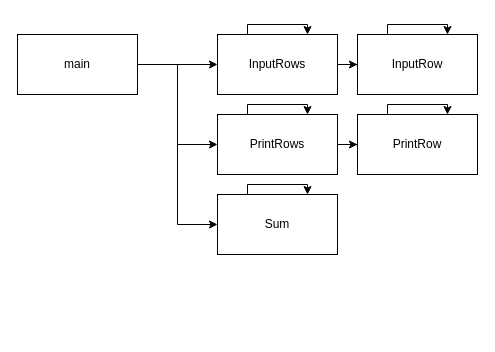
Before: Untitled Diagram.drawio in ZhurakovskyiArtem/lab_7.3i, a draw.io diagram. Source tidied: cells renumbered, new cells numbered last; positions are measured from the earlier drawing's top-left corner, leaving out a move shared by most shapes. Both pictures are drawn from the tidied source at 100%, with x=0, y=0 at pixel (17, 24).
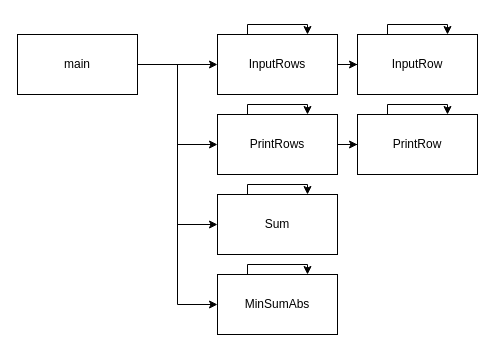
The same page after the edit.

The change refers to these unchanged cells:
```xml
<mxCell id="10" value="main" style="rounded=0;whiteSpace=wrap;html=1;" parent="1" vertex="1">
  <mxGeometry y="10" width="120" height="60" as="geometry" />
</mxCell>
```

What changed in the source:
```diff
@@
+    <mxCell id="18" style="edgeStyle=orthogonalEdgeStyle;rounded=0;jettySize=auto;html=1;exitX=1;exitY=0.5;exitDx=0;exitDy=0;entryX=0;entryY=0.5;entryDx=0;entryDy=0;" parent="1" edge="1" source="10" target="19">
+      <mxGeometry relative="1" as="geometry" />
+    </mxCell>
@@
+    <mxCell id="19" value="MinSumAbs" style="rounded=0;whiteSpace=wrap;html=1;" parent="1" vertex="1">
+      <mxGeometry x="200" y="250" width="120" height="60" as="geometry" />
+    </mxCell>
+    <mxCell id="20" style="edgeStyle=orthogonalEdgeStyle;rounded=0;orthogonalLoop=1;jettySize=auto;html=1;exitX=0.25;exitY=0;exitDx=0;exitDy=0;entryX=0.75;entryY=0;entryDx=0;entryDy=0;" parent="1" edge="1" source="19" target="19">
+      <mxGeometry relative="1" as="geometry">
+        <Array as="points">
+          <mxPoint x="230" y="240" />
+          <mxPoint x="290" y="240" />
+        </Array>
+      </mxGeometry>
+    </mxCell>
```
